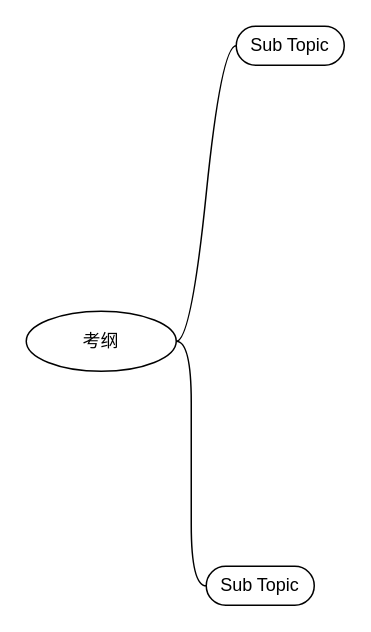
Earlier version of the draw.io diagram Untitled Diagram.drawio (liaiaun/Test). Source tidied: cells renumbered, new cells numbered last; positions are measured from the earlier drawing's top-left corner, leaving out a move shared by most shapes. Both pictures are drawn from the tidied source at 150%, with x=0, y=0 at pixel (26, 26).
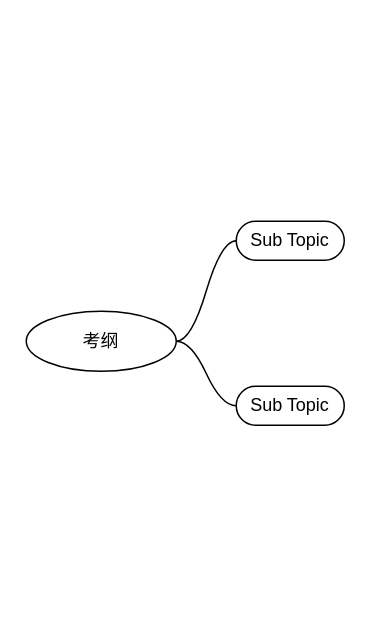
The same page after the edit.

The edit, as a diff of the source:
```diff
@@
 <mxGraphModel>
   <root>
     <mxCell id="0" />
     <mxCell id="1" parent="0" />
-    <mxCell id="2" value="考纲" style="ellipse;whiteSpace=wrap;html=1;align=center;newEdgeStyle={&quot;edgeStyle&quot;:&quot;entityRelationEdgeStyle&quot;,&quot;startArrow&quot;:&quot;none&quot;,&quot;endArrow&quot;:&quot;none&quot;,&quot;segment&quot;:10,&quot;curved&quot;:1};" parent="1" vertex="1" collapsed="1">
+    <mxCell id="2" value="考纲" style="ellipse;whiteSpace=wrap;html=1;align=center;newEdgeStyle={&quot;edgeStyle&quot;:&quot;entityRelationEdgeStyle&quot;,&quot;startArrow&quot;:&quot;none&quot;,&quot;endArrow&quot;:&quot;none&quot;,&quot;segment&quot;:10,&quot;curved&quot;:1};direction=west;" parent="1" vertex="1">
       <mxGeometry y="190" width="100" height="40" as="geometry" />
     </mxCell>
-    <mxCell id="3" value="Sub Topic" style="whiteSpace=wrap;html=1;rounded=1;arcSize=50;align=center;verticalAlign=middle;strokeWidth=1;spacing=4;newEdgeStyle={&quot;edgeStyle&quot;:&quot;entityRelationEdgeStyle&quot;,&quot;startArrow&quot;:&quot;none&quot;,&quot;endArrow&quot;:&quot;none&quot;,&quot;segment&quot;:10,&quot;curved&quot;:1};" parent="1" vertex="1">
-      <mxGeometry x="140" width="72" height="26" as="geometry" />
-    </mxCell>
-    <mxCell id="4" style="edgeStyle=entityRelationEdgeStyle;startArrow=none;endArrow=none;segment=10;curved=1;" parent="1" edge="1" target="3">
-      <mxGeometry relative="1" as="geometry">
-        <mxPoint x="100" y="210" as="sourcePoint" />
-      </mxGeometry>
-    </mxCell>
-    <mxCell id="5" value="Sub Topic" style="whiteSpace=wrap;html=1;rounded=1;arcSize=50;align=center;verticalAlign=middle;strokeWidth=1;spacing=4;newEdgeStyle={&quot;edgeStyle&quot;:&quot;entityRelationEdgeStyle&quot;,&quot;startArrow&quot;:&quot;none&quot;,&quot;endArrow&quot;:&quot;none&quot;,&quot;segment&quot;:10,&quot;curved&quot;:1};" parent="1" vertex="1" collapsed="1">
-      <mxGeometry x="120" y="360" width="72" height="26" as="geometry" />
-    </mxCell>
-    <mxCell id="6" style="edgeStyle=entityRelationEdgeStyle;startArrow=none;endArrow=none;segment=10;curved=1;" parent="1" edge="1" target="5">
-      <mxGeometry relative="1" as="geometry">
-        <mxPoint x="100" y="210" as="sourcePoint" />
-      </mxGeometry>
-    </mxCell>
+    <mxCell id="7" value="Sub Topic" style="whiteSpace=wrap;html=1;rounded=1;arcSize=50;align=center;verticalAlign=middle;strokeWidth=1;spacing=4;newEdgeStyle={&quot;edgeStyle&quot;:&quot;entityRelationEdgeStyle&quot;,&quot;startArrow&quot;:&quot;none&quot;,&quot;endArrow&quot;:&quot;none&quot;,&quot;segment&quot;:10,&quot;curved&quot;:1};" parent="1" vertex="1">
+      <mxGeometry x="140" y="240" width="72" height="26" as="geometry" />
+    </mxCell>
+    <mxCell id="8" style="edgeStyle=entityRelationEdgeStyle;startArrow=none;endArrow=none;segment=10;curved=1;exitX=0;exitY=0.5;exitDx=0;exitDy=0;" parent="1" edge="1" source="2" target="7">
+      <mxGeometry relative="1" as="geometry" />
+    </mxCell>
+    <mxCell id="9" value="Sub Topic" style="whiteSpace=wrap;html=1;rounded=1;arcSize=50;align=center;verticalAlign=middle;strokeWidth=1;spacing=4;newEdgeStyle={&quot;edgeStyle&quot;:&quot;entityRelationEdgeStyle&quot;,&quot;startArrow&quot;:&quot;none&quot;,&quot;endArrow&quot;:&quot;none&quot;,&quot;segment&quot;:10,&quot;curved&quot;:1};" parent="1" vertex="1">
+      <mxGeometry x="140" y="130" width="72" height="26" as="geometry" />
+    </mxCell>
+    <mxCell id="10" style="edgeStyle=entityRelationEdgeStyle;startArrow=none;endArrow=none;segment=10;curved=1;exitX=0;exitY=0.5;exitDx=0;exitDy=0;" parent="1" edge="1" source="2" target="9">
+      <mxGeometry relative="1" as="geometry" />
+    </mxCell>
   </root>
 </mxGraphModel>
```
